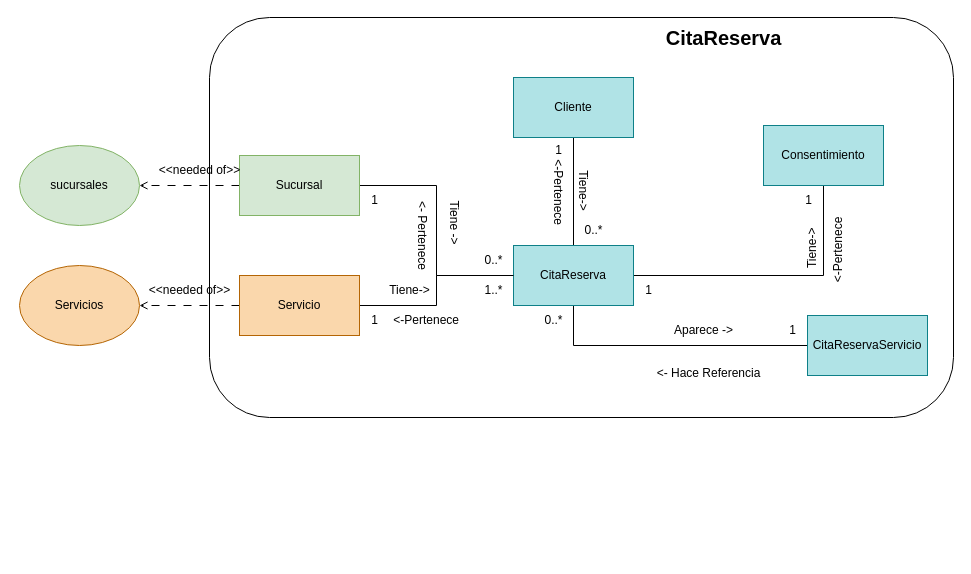
The draw.io diagram page "4.7 CitaReserva- ModeloDominioAcotado" (10 of 12) of SpaOnline/ModeloDominioSpa.drawio in cristianospina/DOO, before the edit. Source tidied: cells renumbered, new cells numbered last; positions are measured from the earlier drawing's top-left corner, leaving out a move shared by most shapes. Both pictures are drawn from the tidied source at 100%, with x=0, y=0 at pixel (19, 17).
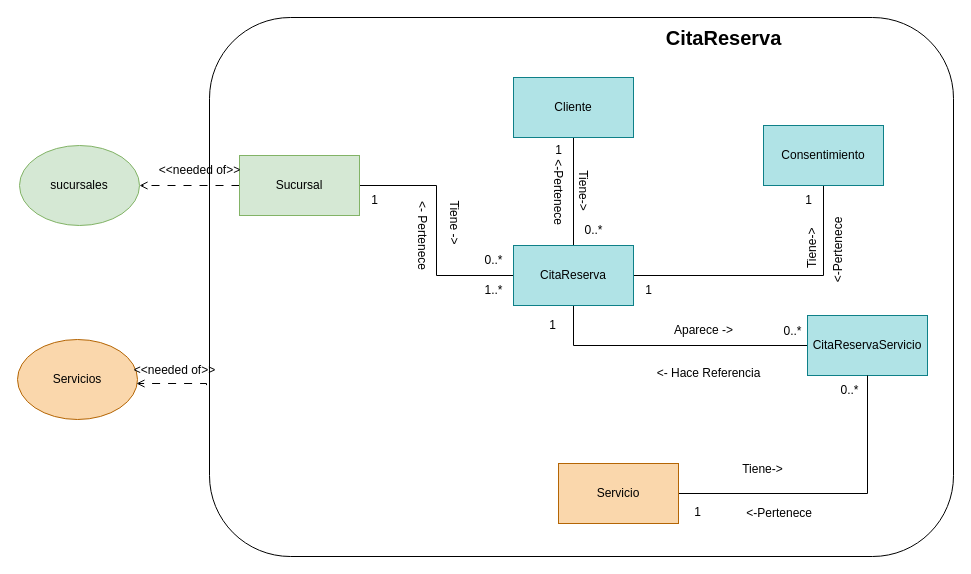
Above is the later version.

Unchanged cells that the change refers to:
```xml
<mxCell id="9" value="CitaReserva" style="rounded=0;whiteSpace=wrap;html=1;fillColor=#b0e3e6;strokeColor=#0e8088;" parent="1" vertex="1">
  <mxGeometry x="494" y="228" width="120" height="60" as="geometry" />
</mxCell>
<mxCell id="11" value="CitaReservaServicio" style="rounded=0;whiteSpace=wrap;html=1;fillColor=#b0e3e6;strokeColor=#0e8088;" parent="1" vertex="1">
  <mxGeometry x="788" y="298" width="120" height="60" as="geometry" />
</mxCell>
```

What changed in the source:
```diff
@@
     <mxCell id="2" style="rounded=1;whiteSpace=wrap;html=1;" parent="1" vertex="1">
-      <mxGeometry x="190" width="744" height="400" as="geometry" />
+      <mxGeometry x="190" width="744" height="539" as="geometry" />
     </mxCell>
@@
-    <mxCell id="6" style="edgeStyle=orthogonalEdgeStyle;rounded=0;jettySize=auto;html=1;entryX=1;entryY=0.5;entryDx=0;entryDy=0;endArrow=open;endFill=0;dashed=1;dashPattern=8 8;" parent="1" edge="1" source="29" target="27">
-      <mxGeometry relative="1" as="geometry" />
-    </mxCell>
@@
     <mxCell id="14" value="0..*&lt;br&gt;" style="text;html=1;align=center;verticalAlign=middle;fillColor=none;" parent="1" vertex="1">
-      <mxGeometry x="514" y="288" width="40" height="30" as="geometry" />
+      <mxGeometry x="753" y="299" width="40" height="30" as="geometry" />
     </mxCell>
     <mxCell id="15" value="1" style="text;html=1;align=center;verticalAlign=middle;fillColor=none;" parent="1" vertex="1">
-      <mxGeometry x="758" y="298" width="30" height="30" as="geometry" />
+      <mxGeometry x="518" y="293" width="30" height="30" as="geometry" />
     </mxCell>
@@
     <mxCell id="27" value="Servicios" style="ellipse;whiteSpace=wrap;html=1;fillColor=#fad7ac;strokeColor=#b46504;" parent="1" vertex="1">
-      <mxGeometry y="248" width="120" height="80" as="geometry" />
+      <mxGeometry x="-2" y="322" width="120" height="80" as="geometry" />
     </mxCell>
-    <mxCell id="28" style="edgeStyle=orthogonalEdgeStyle;rounded=0;jettySize=auto;html=1;endArrow=none;endFill=0;" parent="1" edge="1" source="29" target="9">
-      <mxGeometry relative="1" as="geometry" />
-    </mxCell>
+    <mxCell id="41" style="edgeStyle=orthogonalEdgeStyle;rounded=0;jettySize=auto;html=1;endArrow=none;endFill=0;" parent="1" edge="1" source="29" target="11">
+      <mxGeometry relative="1" as="geometry" />
+    </mxCell>
     <mxCell id="29" value="Servicio" style="rounded=0;whiteSpace=wrap;html=1;fillColor=#fad7ac;strokeColor=#b46504;" parent="1" vertex="1">
-      <mxGeometry x="220" y="258" width="120" height="60" as="geometry" />
+      <mxGeometry x="539" y="446" width="120" height="60" as="geometry" />
     </mxCell>
@@
     <mxCell id="36" value="&amp;nbsp;&amp;lt;-Pertenece" style="text;html=1;align=center;verticalAlign=middle;fillColor=none;" parent="1" vertex="1">
-      <mxGeometry x="360" y="288" width="90" height="30" as="geometry" />
+      <mxGeometry x="713" y="481" width="90" height="30" as="geometry" />
     </mxCell>
     <mxCell id="37" value="Tiene-&amp;gt;" style="text;html=1;align=center;verticalAlign=middle;fillColor=none;" parent="1" vertex="1">
-      <mxGeometry x="360" y="258" width="60" height="30" as="geometry" />
+      <mxGeometry x="713" y="437" width="60" height="30" as="geometry" />
     </mxCell>
     <mxCell id="38" value="1" style="text;html=1;align=center;verticalAlign=middle;strokeColor=none;fillColor=none;" parent="1" vertex="1">
-      <mxGeometry x="340" y="288" width="30" height="30" as="geometry" />
+      <mxGeometry x="663" y="480" width="30" height="30" as="geometry" />
     </mxCell>
     <mxCell id="39" value="&amp;lt;&amp;lt;needed of&amp;gt;&amp;gt;" style="text;html=1;align=center;verticalAlign=middle;strokeColor=none;fillColor=none;" parent="1" vertex="1">
-      <mxGeometry x="120" y="258" width="100" height="30" as="geometry" />
+      <mxGeometry x="105" y="338" width="100" height="30" as="geometry" />
     </mxCell>
@@
+    <mxCell id="42" style="edgeStyle=orthogonalEdgeStyle;rounded=0;jettySize=auto;html=1;entryX=1;entryY=0.5;entryDx=0;entryDy=0;dashed=1;dashPattern=8 8;endArrow=open;endFill=0;exitX=-0.004;exitY=0.682;exitDx=0;exitDy=0;exitPerimeter=0;" parent="1" edge="1" source="2">
+      <mxGeometry relative="1" as="geometry">
+        <mxPoint x="117" y="366" as="targetPoint" />
+        <Array as="points">
+          <mxPoint x="187" y="366" />
+        </Array>
+      </mxGeometry>
+    </mxCell>
+    <mxCell id="43" value="0..*" style="text;html=1;align=center;verticalAlign=middle;strokeColor=none;fillColor=none;" parent="1" vertex="1">
+      <mxGeometry x="812" y="360" width="36" height="26" as="geometry" />
+    </mxCell>
```
